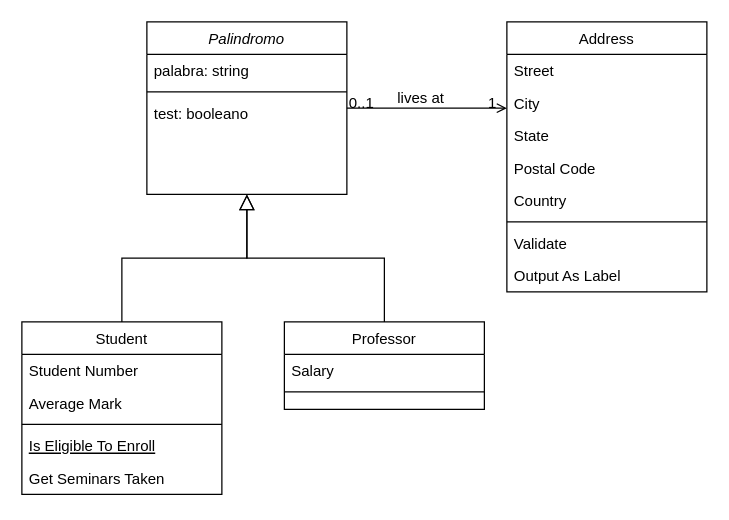
Before: Palíndromo/metodo-de-instancia.drawio in andmansim/Ejercicios_Clases_-de_POO, a draw.io diagram. Source tidied: cells renumbered, new cells numbered last; positions are measured from the earlier drawing's top-left corner, leaving out a move shared by most shapes. Both pictures are drawn from the tidied source at 125%, with x=0, y=0 at pixel (21, 21).
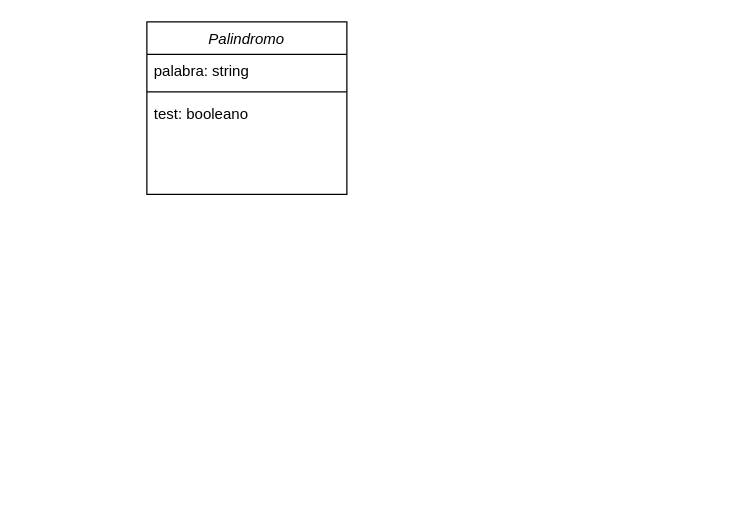
After the change.

Unchanged cells that the change refers to:
```xml
<mxCell id="2" value="Palindromo" style="swimlane;fontStyle=2;align=center;verticalAlign=top;horizontal=1;startSize=26;rounded=0;shadow=0;strokeWidth=1;" parent="1" vertex="1">
  <mxGeometry x="100" width="160" height="138" as="geometry" />
</mxCell>
```

Diff of the diagram source:
```diff
@@
-    <mxCell id="6" value="Student" style="swimlane;fontStyle=0;align=center;verticalAlign=top;horizontal=1;startSize=26;rounded=0;shadow=0;strokeWidth=1;" parent="1" vertex="1">
-      <mxGeometry y="240" width="160" height="138" as="geometry" />
-    </mxCell>
-    <mxCell id="7" value="Student Number" style="text;align=left;verticalAlign=top;spacingLeft=4;spacingRight=4;overflow=hidden;" parent="6" vertex="1">
-      <mxGeometry y="26" width="160" height="26" as="geometry" />
-    </mxCell>
-    <mxCell id="8" value="Average Mark" style="text;align=left;verticalAlign=top;spacingLeft=4;spacingRight=4;overflow=hidden;rounded=0;shadow=0;html=0;" parent="6" vertex="1">
-      <mxGeometry y="52" width="160" height="26" as="geometry" />
-    </mxCell>
-    <mxCell id="9" style="line;html=1;strokeWidth=1;align=left;verticalAlign=middle;spacingTop=-1;spacingLeft=3;spacingRight=3;labelPosition=right;" parent="6" vertex="1">
-      <mxGeometry y="78" width="160" height="8" as="geometry" />
-    </mxCell>
-    <mxCell id="10" value="Is Eligible To Enroll" style="text;align=left;verticalAlign=top;spacingLeft=4;spacingRight=4;overflow=hidden;fontStyle=4;" parent="6" vertex="1">
-      <mxGeometry y="86" width="160" height="26" as="geometry" />
-    </mxCell>
-    <mxCell id="11" value="Get Seminars Taken" style="text;align=left;verticalAlign=top;spacingLeft=4;spacingRight=4;overflow=hidden;" parent="6" vertex="1">
-      <mxGeometry y="112" width="160" height="26" as="geometry" />
-    </mxCell>
-    <mxCell id="12" style="endArrow=block;endSize=10;endFill=0;shadow=0;strokeWidth=1;rounded=0;edgeStyle=elbowEdgeStyle;elbow=vertical;" parent="1" edge="1" source="6" target="2">
-      <mxGeometry relative="1" as="geometry" />
-    </mxCell>
-    <mxCell id="13" value="Professor" style="swimlane;fontStyle=0;align=center;verticalAlign=top;horizontal=1;startSize=26;rounded=0;shadow=0;strokeWidth=1;" parent="1" vertex="1">
-      <mxGeometry x="210" y="240" width="160" height="70" as="geometry" />
-    </mxCell>
-    <mxCell id="14" value="Salary" style="text;align=left;verticalAlign=top;spacingLeft=4;spacingRight=4;overflow=hidden;" parent="13" vertex="1">
-      <mxGeometry y="26" width="160" height="26" as="geometry" />
-    </mxCell>
-    <mxCell id="15" style="line;html=1;strokeWidth=1;align=left;verticalAlign=middle;spacingTop=-1;spacingLeft=3;spacingRight=3;labelPosition=right;" parent="13" vertex="1">
-      <mxGeometry y="52" width="160" height="8" as="geometry" />
-    </mxCell>
-    <mxCell id="16" style="endArrow=block;endSize=10;endFill=0;shadow=0;strokeWidth=1;rounded=0;edgeStyle=elbowEdgeStyle;elbow=vertical;" parent="1" edge="1" source="13" target="2">
-      <mxGeometry relative="1" as="geometry" />
-    </mxCell>
-    <mxCell id="17" value="Address" style="swimlane;fontStyle=0;align=center;verticalAlign=top;horizontal=1;startSize=26;rounded=0;shadow=0;strokeWidth=1;" parent="1" vertex="1">
-      <mxGeometry x="388" width="160" height="216" as="geometry" />
-    </mxCell>
-    <mxCell id="18" value="Street" style="text;align=left;verticalAlign=top;spacingLeft=4;spacingRight=4;overflow=hidden;" parent="17" vertex="1">
-      <mxGeometry y="26" width="160" height="26" as="geometry" />
-    </mxCell>
-    <mxCell id="19" value="City" style="text;align=left;verticalAlign=top;spacingLeft=4;spacingRight=4;overflow=hidden;rounded=0;shadow=0;html=0;" parent="17" vertex="1">
-      <mxGeometry y="52" width="160" height="26" as="geometry" />
-    </mxCell>
-    <mxCell id="20" value="State" style="text;align=left;verticalAlign=top;spacingLeft=4;spacingRight=4;overflow=hidden;rounded=0;shadow=0;html=0;" parent="17" vertex="1">
-      <mxGeometry y="78" width="160" height="26" as="geometry" />
-    </mxCell>
-    <mxCell id="21" value="Postal Code" style="text;align=left;verticalAlign=top;spacingLeft=4;spacingRight=4;overflow=hidden;rounded=0;shadow=0;html=0;" parent="17" vertex="1">
-      <mxGeometry y="104" width="160" height="26" as="geometry" />
-    </mxCell>
-    <mxCell id="22" value="Country" style="text;align=left;verticalAlign=top;spacingLeft=4;spacingRight=4;overflow=hidden;rounded=0;shadow=0;html=0;" parent="17" vertex="1">
-      <mxGeometry y="130" width="160" height="26" as="geometry" />
-    </mxCell>
-    <mxCell id="23" style="line;html=1;strokeWidth=1;align=left;verticalAlign=middle;spacingTop=-1;spacingLeft=3;spacingRight=3;labelPosition=right;" parent="17" vertex="1">
-      <mxGeometry y="156" width="160" height="8" as="geometry" />
-    </mxCell>
-    <mxCell id="24" value="Validate" style="text;align=left;verticalAlign=top;spacingLeft=4;spacingRight=4;overflow=hidden;" parent="17" vertex="1">
-      <mxGeometry y="164" width="160" height="26" as="geometry" />
-    </mxCell>
-    <mxCell id="25" value="Output As Label" style="text;align=left;verticalAlign=top;spacingLeft=4;spacingRight=4;overflow=hidden;" parent="17" vertex="1">
-      <mxGeometry y="190" width="160" height="26" as="geometry" />
-    </mxCell>
-    <mxCell id="26" style="endArrow=open;shadow=0;strokeWidth=1;rounded=0;endFill=1;edgeStyle=elbowEdgeStyle;elbow=vertical;" parent="1" edge="1" source="2" target="17">
-      <mxGeometry x="0.5" y="41" relative="1" as="geometry">
-        <mxPoint x="-40" y="32" as="offset" />
-      </mxGeometry>
-    </mxCell>
-    <mxCell id="27" value="0..1" style="align=left;verticalAlign=bottom;labelBackgroundColor=none;fontSize=12;" parent="26" vertex="1">
-      <mxGeometry x="-1" relative="1" as="geometry">
-        <mxPoint y="4" as="offset" />
-      </mxGeometry>
-    </mxCell>
-    <mxCell id="28" value="1" style="align=right;verticalAlign=bottom;labelBackgroundColor=none;fontSize=12;" parent="26" vertex="1">
-      <mxGeometry x="1" relative="1" as="geometry">
-        <mxPoint x="-7" y="4" as="offset" />
-      </mxGeometry>
-    </mxCell>
-    <mxCell id="29" value="lives at" style="text;html=1;align=center;verticalAlign=middle;labelBackgroundColor=none;rounded=0;shadow=0;strokeWidth=1;fontSize=12;" parent="26" vertex="1">
-      <mxGeometry x="0.5" y="49" relative="1" as="geometry">
-        <mxPoint x="-38" y="40" as="offset" />
-      </mxGeometry>
-    </mxCell>
```
